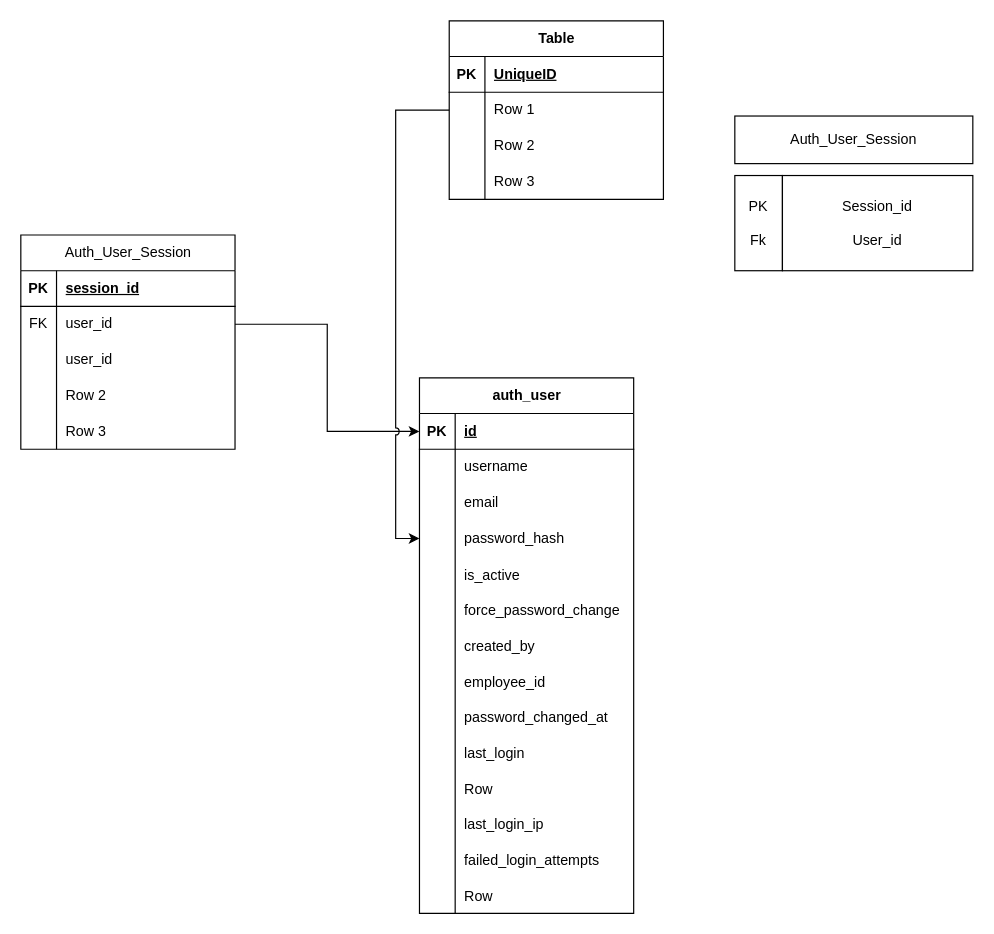
Earlier version of the draw.io diagram hrms.drawio (Shreya-Kosabe-07/hrms_flows2). Source tidied: cells renumbered, new cells numbered last; positions are measured from the earlier drawing's top-left corner, leaving out a move shared by most shapes. Both pictures are drawn from the tidied source at 119%, with x=0, y=0 at pixel (20, 20).
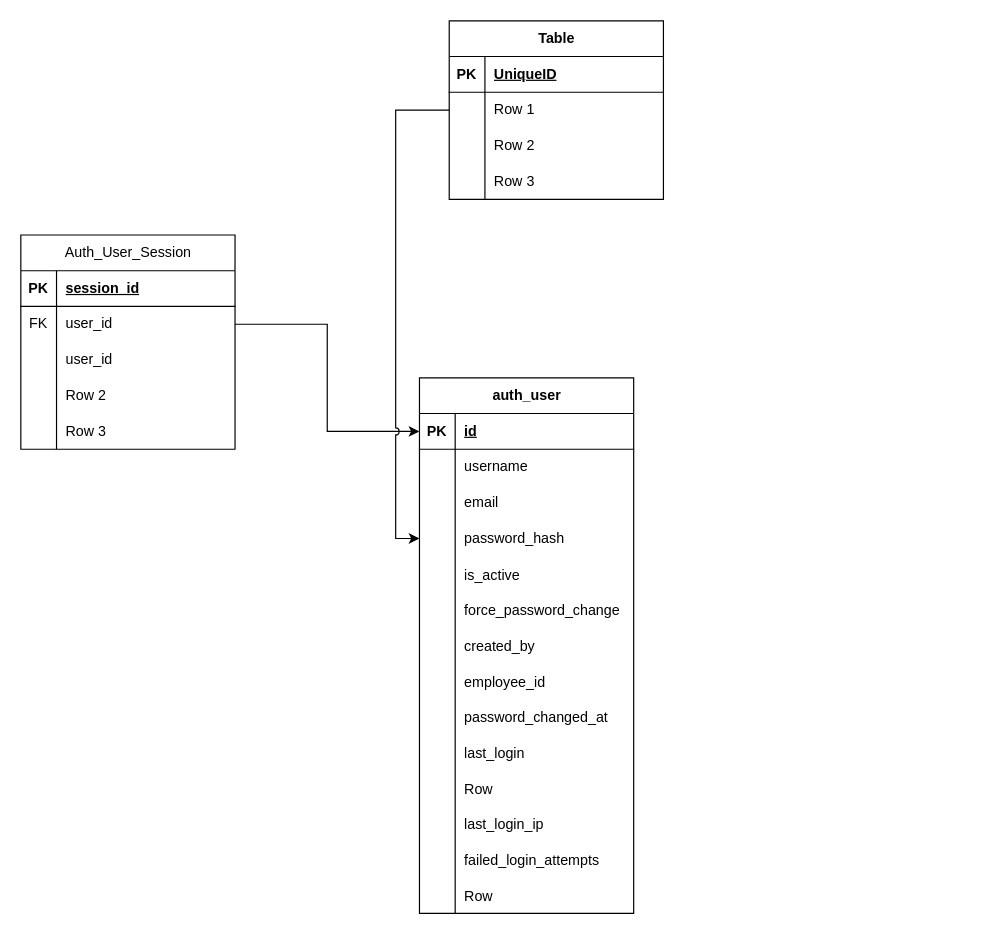
The same diagram, later.

Change to the diagram source:
```diff
@@
-    <mxCell id="2" value="Auth_User_Session" style="rounded=0;whiteSpace=wrap;html=1;" parent="1" vertex="1">
-      <mxGeometry x="600" y="80" width="200" height="40" as="geometry" />
-    </mxCell>
-    <mxCell id="3" value="PK&lt;div&gt;&lt;br&gt;&lt;/div&gt;&lt;div&gt;Fk&lt;/div&gt;" style="rounded=0;whiteSpace=wrap;html=1;direction=south;" parent="1" vertex="1">
-      <mxGeometry x="600" y="130" width="40" height="80" as="geometry" />
-    </mxCell>
-    <mxCell id="4" value="Session_id&lt;div&gt;&lt;br&gt;&lt;/div&gt;&lt;div&gt;User_id&lt;/div&gt;" style="rounded=0;whiteSpace=wrap;html=1;" parent="1" vertex="1">
-      <mxGeometry x="640" y="130" width="160" height="80" as="geometry" />
-    </mxCell>
```
